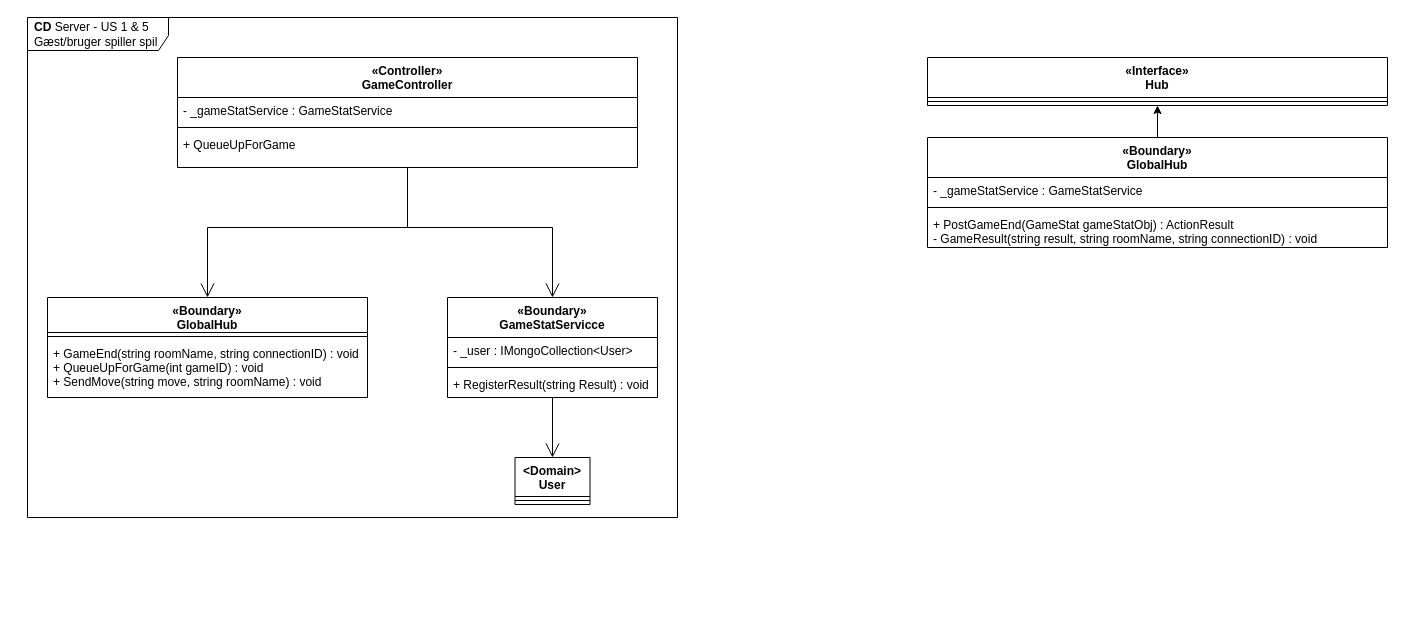
Before: page "CD-Server" (4 of 4) of diagrams/arkitektur/US1&5_spil.drawio in Macradon/I7BAC-PlugNPlay, a draw.io diagram. Source tidied: cells renumbered, new cells numbered last; positions are measured from the earlier drawing's top-left corner, leaving out a move shared by most shapes. Both pictures are drawn from the tidied source at 100%, with x=0, y=0 at pixel (27, 17).
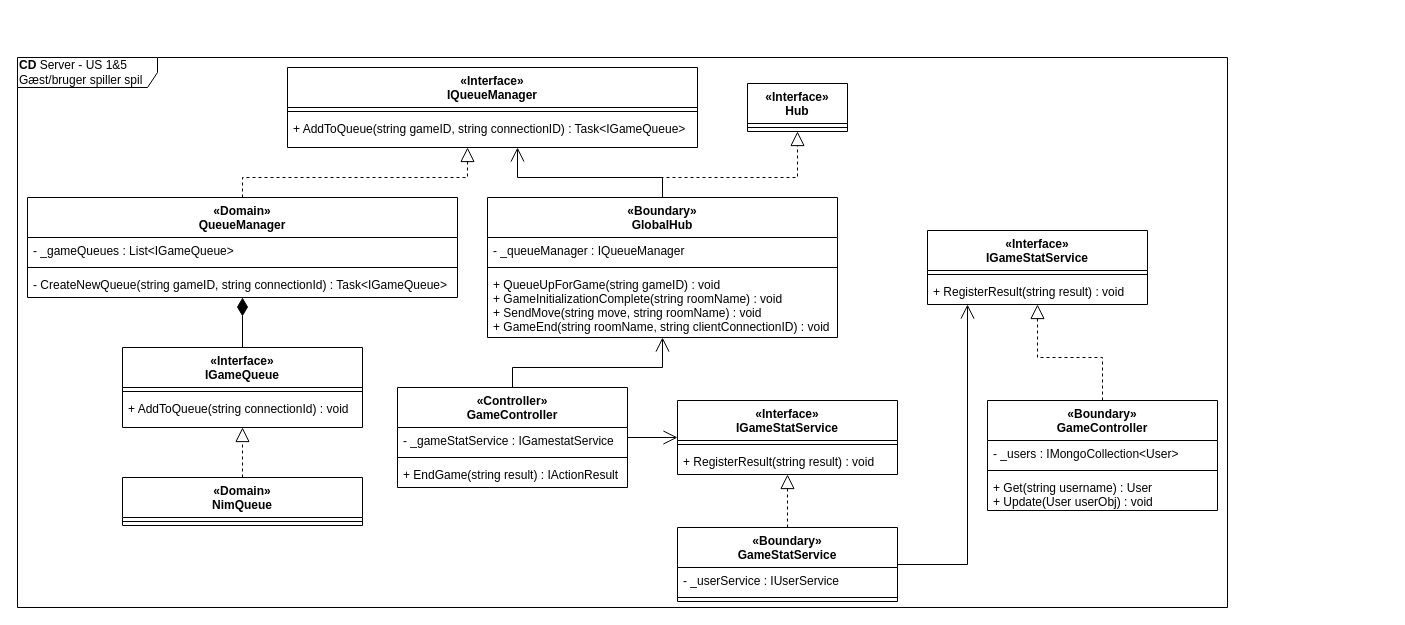
The same page after the edit.

What changed in the source:
```diff
@@
-    <mxCell id="2" value="&lt;b&gt;CD&lt;/b&gt;&amp;nbsp;Server - US 1 &amp;amp; 5&lt;br&gt;Gæst/bruger spiller spil" style="shape=umlFrame;whiteSpace=wrap;html=1;width=141;height=33;boundedLbl=1;verticalAlign=middle;align=left;spacingLeft=5;" parent="1" vertex="1">
-      <mxGeometry width="650" height="500" as="geometry" />
-    </mxCell>
-    <mxCell id="3" value="«Boundary»&#10;GlobalHub" style="swimlane;fontStyle=1;align=center;verticalAlign=top;horizontal=1;startSize=35;" parent="1" vertex="1">
-      <mxGeometry x="20" y="280" width="320" height="100" as="geometry" />
-    </mxCell>
-    <mxCell id="4" style="line;strokeWidth=1;fillColor=none;align=left;verticalAlign=middle;spacingTop=-1;spacingLeft=3;spacingRight=3;labelPosition=right;" parent="3" vertex="1">
-      <mxGeometry y="35" width="320" height="8" as="geometry" />
-    </mxCell>
-    <mxCell id="5" value="+ GameEnd(string roomName, string connectionID) : void&#10;+ QueueUpForGame(int gameID) : void&#10;+ SendMove(string move, string roomName) : void" style="text;strokeColor=none;fillColor=none;align=left;verticalAlign=top;spacingLeft=4;spacingRight=4;overflow=hidden;" parent="3" vertex="1">
-      <mxGeometry y="43" width="320" height="57" as="geometry" />
-    </mxCell>
-    <mxCell id="6" style="edgeStyle=orthogonalEdgeStyle;rounded=0;jettySize=auto;html=1;endArrow=open;endFill=0;endSize=12;" parent="1" edge="1" source="8" target="3">
-      <mxGeometry relative="1" as="geometry" />
-    </mxCell>
-    <mxCell id="7" style="edgeStyle=orthogonalEdgeStyle;rounded=0;jettySize=auto;html=1;endArrow=open;endFill=0;endSize=12;" parent="1" edge="1" source="8" target="13">
-      <mxGeometry relative="1" as="geometry" />
-    </mxCell>
-    <mxCell id="8" value="«Controller»&#10;GameController" style="swimlane;fontStyle=1;align=center;verticalAlign=top;horizontal=1;startSize=40;" parent="1" vertex="1">
-      <mxGeometry x="150" y="40" width="460" height="110" as="geometry" />
-    </mxCell>
-    <mxCell id="9" value="- _gameStatService : GameStatService" style="text;strokeColor=none;fillColor=none;align=left;verticalAlign=top;spacingLeft=4;spacingRight=4;overflow=hidden;" parent="8" vertex="1">
-      <mxGeometry y="40" width="460" height="26" as="geometry" />
-    </mxCell>
-    <mxCell id="10" style="line;strokeWidth=1;fillColor=none;align=left;verticalAlign=middle;spacingTop=-1;spacingLeft=3;spacingRight=3;labelPosition=right;" parent="8" vertex="1">
-      <mxGeometry y="66" width="460" height="8" as="geometry" />
-    </mxCell>
-    <mxCell id="11" value="+ QueueUpForGame" style="text;strokeColor=none;fillColor=none;align=left;verticalAlign=top;spacingLeft=4;spacingRight=4;overflow=hidden;" parent="8" vertex="1">
-      <mxGeometry y="74" width="460" height="36" as="geometry" />
-    </mxCell>
-    <mxCell id="12" style="edgeStyle=orthogonalEdgeStyle;rounded=0;jettySize=auto;html=1;endArrow=open;endFill=0;endSize=12;" parent="1" edge="1" source="13" target="17">
-      <mxGeometry relative="1" as="geometry" />
-    </mxCell>
-    <mxCell id="13" value="«Boundary»&#10;GameStatServicce" style="swimlane;fontStyle=1;align=center;verticalAlign=top;horizontal=1;startSize=40;" parent="1" vertex="1">
-      <mxGeometry x="420" y="280" width="210" height="100" as="geometry" />
-    </mxCell>
-    <mxCell id="14" value="- _user : IMongoCollection&lt;User&gt;" style="text;strokeColor=none;fillColor=none;align=left;verticalAlign=top;spacingLeft=4;spacingRight=4;overflow=hidden;" parent="13" vertex="1">
-      <mxGeometry y="40" width="210" height="26" as="geometry" />
-    </mxCell>
-    <mxCell id="15" style="line;strokeWidth=1;fillColor=none;align=left;verticalAlign=middle;spacingTop=-1;spacingLeft=3;spacingRight=3;labelPosition=right;" parent="13" vertex="1">
-      <mxGeometry y="66" width="210" height="8" as="geometry" />
-    </mxCell>
-    <mxCell id="16" value="+ RegisterResult(string Result) : void" style="text;strokeColor=none;fillColor=none;align=left;verticalAlign=top;spacingLeft=4;spacingRight=4;overflow=hidden;" parent="13" vertex="1">
-      <mxGeometry y="74" width="210" height="26" as="geometry" />
-    </mxCell>
-    <mxCell id="17" value="&lt;Domain&gt;&#10;User" style="swimlane;fontStyle=1;align=center;verticalAlign=top;horizontal=1;startSize=39;" parent="1" vertex="1">
-      <mxGeometry x="487.5" y="440" width="75" height="47" as="geometry" />
-    </mxCell>
-    <mxCell id="18" style="line;strokeWidth=1;fillColor=none;align=left;verticalAlign=middle;spacingTop=-1;spacingLeft=3;spacingRight=3;labelPosition=right;" parent="17" vertex="1">
-      <mxGeometry y="39" width="75" height="8" as="geometry" />
-    </mxCell>
     <mxCell id="19" value="«Interface»&#10;Hub" style="swimlane;fontStyle=1;align=center;verticalAlign=top;horizontal=1;startSize=40;" parent="1" vertex="1">
-      <mxGeometry x="900" y="40" width="460" height="48" as="geometry" />
+      <mxGeometry x="720" y="66" width="100" height="48" as="geometry" />
     </mxCell>
     <mxCell id="20" style="line;strokeWidth=1;fillColor=none;align=left;verticalAlign=middle;spacingTop=-1;spacingLeft=3;spacingRight=3;labelPosition=right;" parent="19" vertex="1">
-      <mxGeometry y="40" width="460" height="8" as="geometry" />
+      <mxGeometry y="40" width="100" height="8" as="geometry" />
     </mxCell>
-    <mxCell id="21" style="edgeStyle=orthogonalEdgeStyle;rounded=0;jettySize=auto;html=1;" parent="1" edge="1" source="22" target="19">
-      <mxGeometry relative="1" as="geometry" />
+    <mxCell id="21" style="edgeStyle=orthogonalEdgeStyle;rounded=0;jettySize=auto;html=1;endArrow=block;endFill=0;endSize=12;dashed=1;" parent="1" edge="1" source="22" target="19">
+      <mxGeometry relative="1" as="geometry">
+        <Array as="points">
+          <mxPoint x="635" y="160" />
+          <mxPoint x="770" y="160" />
+        </Array>
+      </mxGeometry>
     </mxCell>
+    <mxCell id="26" style="edgeStyle=orthogonalEdgeStyle;rounded=0;jettySize=auto;html=1;endSize=12;endArrow=open;endFill=0;" parent="1" edge="1" source="22" target="27">
+      <mxGeometry relative="1" as="geometry">
+        <Array as="points">
+          <mxPoint x="635" y="160" />
+          <mxPoint x="490" y="160" />
+        </Array>
+      </mxGeometry>
+    </mxCell>
     <mxCell id="22" value="«Boundary»&#10;GlobalHub" style="swimlane;fontStyle=1;align=center;verticalAlign=top;horizontal=1;startSize=40;" parent="1" vertex="1">
-      <mxGeometry x="900" y="120" width="460" height="110" as="geometry" />
+      <mxGeometry x="460" y="180" width="350" height="140" as="geometry" />
     </mxCell>
-    <mxCell id="23" value="- _gameStatService : GameStatService" style="text;strokeColor=none;fillColor=none;align=left;verticalAlign=top;spacingLeft=4;spacingRight=4;overflow=hidden;" parent="22" vertex="1">
-      <mxGeometry y="40" width="460" height="26" as="geometry" />
+    <mxCell id="23" value="- _queueManager : IQueueManager" style="text;strokeColor=none;fillColor=none;align=left;verticalAlign=top;spacingLeft=4;spacingRight=4;overflow=hidden;" parent="22" vertex="1">
+      <mxGeometry y="40" width="350" height="26" as="geometry" />
     </mxCell>
     <mxCell id="24" style="line;strokeWidth=1;fillColor=none;align=left;verticalAlign=middle;spacingTop=-1;spacingLeft=3;spacingRight=3;labelPosition=right;" parent="22" vertex="1">
-      <mxGeometry y="66" width="460" height="8" as="geometry" />
+      <mxGeometry y="66" width="350" height="8" as="geometry" />
     </mxCell>
-    <mxCell id="25" value="+ PostGameEnd(GameStat gameStatObj) : ActionResult&#10;- GameResult(string result, string roomName, string connectionID) : void" style="text;strokeColor=none;fillColor=none;align=left;verticalAlign=top;spacingLeft=4;spacingRight=4;overflow=hidden;" parent="22" vertex="1">
-      <mxGeometry y="74" width="460" height="36" as="geometry" />
+    <mxCell id="25" value="+ QueueUpForGame(string gameID) : void&#10;+ GameInitializationComplete(string roomName) : void&#10;+ SendMove(string move, string roomName) : void&#10;+ GameEnd(string roomName, string clientConnectionID) : void" style="text;strokeColor=none;fillColor=none;align=left;verticalAlign=top;spacingLeft=4;spacingRight=4;overflow=hidden;" parent="22" vertex="1">
+      <mxGeometry y="74" width="350" height="66" as="geometry" />
     </mxCell>
+    <mxCell id="27" value="«Interface»&#10;IQueueManager" style="swimlane;fontStyle=1;align=center;verticalAlign=top;horizontal=1;startSize=40;" parent="1" vertex="1">
+      <mxGeometry x="260" y="50" width="410" height="80" as="geometry" />
+    </mxCell>
+    <mxCell id="28" style="line;strokeWidth=1;fillColor=none;align=left;verticalAlign=middle;spacingTop=-1;spacingLeft=3;spacingRight=3;labelPosition=right;" parent="27" vertex="1">
+      <mxGeometry y="40" width="410" height="8" as="geometry" />
+    </mxCell>
+    <mxCell id="29" value="+ AddToQueue(string gameID, string connectionID) : Task&lt;IGameQueue&gt;" style="text;strokeColor=none;fillColor=none;align=left;verticalAlign=top;spacingLeft=4;spacingRight=4;overflow=hidden;" parent="27" vertex="1">
+      <mxGeometry y="48" width="410" height="32" as="geometry" />
+    </mxCell>
+    <mxCell id="30" style="edgeStyle=orthogonalEdgeStyle;rounded=0;jettySize=auto;html=1;dashed=1;endArrow=block;endFill=0;endSize=12;strokeColor=#000000;exitX=0.5;exitY=0;exitDx=0;exitDy=0;" parent="1" edge="1" source="31" target="27">
+      <mxGeometry relative="1" as="geometry">
+        <Array as="points">
+          <mxPoint x="215" y="160" />
+          <mxPoint x="440" y="160" />
+        </Array>
+      </mxGeometry>
+    </mxCell>
+    <mxCell id="31" value="«Domain»&#10;QueueManager" style="swimlane;fontStyle=1;align=center;verticalAlign=top;horizontal=1;startSize=40;" parent="1" vertex="1">
+      <mxGeometry y="180" width="430" height="100" as="geometry" />
+    </mxCell>
+    <mxCell id="32" value="- _gameQueues : List&lt;IGameQueue&gt;" style="text;strokeColor=none;fillColor=none;align=left;verticalAlign=top;spacingLeft=4;spacingRight=4;overflow=hidden;" parent="31" vertex="1">
+      <mxGeometry y="40" width="430" height="26" as="geometry" />
+    </mxCell>
+    <mxCell id="33" style="line;strokeWidth=1;fillColor=none;align=left;verticalAlign=middle;spacingTop=-1;spacingLeft=3;spacingRight=3;labelPosition=right;" parent="31" vertex="1">
+      <mxGeometry y="66" width="430" height="8" as="geometry" />
+    </mxCell>
+    <mxCell id="34" value="- CreateNewQueue(string gameID, string connectionId) : Task&lt;IGameQueue&gt;" style="text;strokeColor=none;fillColor=none;align=left;verticalAlign=top;spacingLeft=4;spacingRight=4;overflow=hidden;" parent="31" vertex="1">
+      <mxGeometry y="74" width="430" height="26" as="geometry" />
+    </mxCell>
+    <mxCell id="35" style="edgeStyle=orthogonalEdgeStyle;rounded=0;jettySize=auto;html=1;endArrow=diamondThin;endFill=1;endSize=16;strokeColor=#000000;" parent="1" edge="1" source="36" target="31">
+      <mxGeometry relative="1" as="geometry" />
+    </mxCell>
+    <mxCell id="36" value="«Interface»&#10;IGameQueue" style="swimlane;fontStyle=1;align=center;verticalAlign=top;horizontal=1;startSize=40;" parent="1" vertex="1">
+      <mxGeometry x="95" y="330" width="240" height="80" as="geometry" />
+    </mxCell>
+    <mxCell id="37" style="line;strokeWidth=1;fillColor=none;align=left;verticalAlign=middle;spacingTop=-1;spacingLeft=3;spacingRight=3;labelPosition=right;" parent="36" vertex="1">
+      <mxGeometry y="40" width="240" height="8" as="geometry" />
+    </mxCell>
+    <mxCell id="38" value="+ AddToQueue(string connectionId) : void" style="text;strokeColor=none;fillColor=none;align=left;verticalAlign=top;spacingLeft=4;spacingRight=4;overflow=hidden;" parent="36" vertex="1">
+      <mxGeometry y="48" width="240" height="32" as="geometry" />
+    </mxCell>
+    <mxCell id="39" style="edgeStyle=orthogonalEdgeStyle;rounded=0;jettySize=auto;html=1;endArrow=block;endFill=0;endSize=12;strokeColor=#000000;dashed=1;" parent="1" edge="1" source="40" target="36">
+      <mxGeometry relative="1" as="geometry" />
+    </mxCell>
+    <mxCell id="40" value="«Domain»&#10;NimQueue" style="swimlane;fontStyle=1;align=center;verticalAlign=top;horizontal=1;startSize=40;" parent="1" vertex="1">
+      <mxGeometry x="95" y="460" width="240" height="48" as="geometry" />
+    </mxCell>
+    <mxCell id="41" style="line;strokeWidth=1;fillColor=none;align=left;verticalAlign=middle;spacingTop=-1;spacingLeft=3;spacingRight=3;labelPosition=right;" parent="40" vertex="1">
+      <mxGeometry y="40" width="240" height="8" as="geometry" />
+    </mxCell>
+    <mxCell id="42" style="edgeStyle=orthogonalEdgeStyle;rounded=0;jettySize=auto;html=1;endArrow=open;endFill=0;endSize=12;strokeColor=#000000;" parent="1" edge="1" source="8" target="22">
+      <mxGeometry relative="1" as="geometry" />
+    </mxCell>
+    <mxCell id="43" style="edgeStyle=orthogonalEdgeStyle;rounded=0;jettySize=auto;html=1;endArrow=open;endFill=0;endSize=12;strokeColor=#000000;" parent="1" edge="1" source="8" target="47">
+      <mxGeometry relative="1" as="geometry" />
+    </mxCell>
+    <mxCell id="8" value="«Controller»&#10;GameController" style="swimlane;fontStyle=1;align=center;verticalAlign=top;horizontal=1;startSize=40;" parent="1" vertex="1">
+      <mxGeometry x="370" y="370" width="230" height="100" as="geometry" />
+    </mxCell>
+    <mxCell id="44" value="- _gameStatService : IGamestatService" style="text;strokeColor=none;fillColor=none;align=left;verticalAlign=top;spacingLeft=4;spacingRight=4;overflow=hidden;" parent="8" vertex="1">
+      <mxGeometry y="40" width="230" height="26" as="geometry" />
+    </mxCell>
+    <mxCell id="45" style="line;strokeWidth=1;fillColor=none;align=left;verticalAlign=middle;spacingTop=-1;spacingLeft=3;spacingRight=3;labelPosition=right;" parent="8" vertex="1">
+      <mxGeometry y="66" width="230" height="8" as="geometry" />
+    </mxCell>
+    <mxCell id="46" value="+ EndGame(string result) : IActionResult" style="text;strokeColor=none;fillColor=none;align=left;verticalAlign=top;spacingLeft=4;spacingRight=4;overflow=hidden;" parent="8" vertex="1">
+      <mxGeometry y="74" width="230" height="26" as="geometry" />
+    </mxCell>
+    <mxCell id="47" value="«Interface»&#10;IGameStatService" style="swimlane;fontStyle=1;align=center;verticalAlign=top;horizontal=1;startSize=40;" parent="1" vertex="1">
+      <mxGeometry x="650" y="383" width="220" height="74" as="geometry" />
+    </mxCell>
+    <mxCell id="48" style="line;strokeWidth=1;fillColor=none;align=left;verticalAlign=middle;spacingTop=-1;spacingLeft=3;spacingRight=3;labelPosition=right;" parent="47" vertex="1">
+      <mxGeometry y="40" width="220" height="8" as="geometry" />
+    </mxCell>
+    <mxCell id="49" value="+ RegisterResult(string result) : void" style="text;strokeColor=none;fillColor=none;align=left;verticalAlign=top;spacingLeft=4;spacingRight=4;overflow=hidden;" parent="47" vertex="1">
+      <mxGeometry y="48" width="220" height="26" as="geometry" />
+    </mxCell>
+    <mxCell id="50" style="edgeStyle=orthogonalEdgeStyle;rounded=0;jettySize=auto;html=1;endArrow=block;endFill=0;endSize=12;strokeColor=#000000;align=center;dashed=1;" parent="1" edge="1" source="52" target="47">
+      <mxGeometry relative="1" as="geometry" />
+    </mxCell>
+    <mxCell id="51" style="edgeStyle=orthogonalEdgeStyle;rounded=0;jettySize=auto;html=1;endArrow=open;endFill=0;endSize=12;strokeColor=#000000;align=center;" parent="1" edge="1" source="52" target="55">
+      <mxGeometry relative="1" as="geometry">
+        <Array as="points">
+          <mxPoint x="940" y="547" />
+        </Array>
+      </mxGeometry>
+    </mxCell>
+    <mxCell id="52" value="«Boundary»&#10;GameStatService" style="swimlane;fontStyle=1;align=center;verticalAlign=top;horizontal=1;startSize=40;" parent="1" vertex="1">
+      <mxGeometry x="650" y="510" width="220" height="74" as="geometry" />
+    </mxCell>
+    <mxCell id="53" value="- _userService : IUserService" style="text;strokeColor=none;fillColor=none;align=left;verticalAlign=top;spacingLeft=4;spacingRight=4;overflow=hidden;" parent="52" vertex="1">
+      <mxGeometry y="40" width="220" height="26" as="geometry" />
+    </mxCell>
+    <mxCell id="54" style="line;strokeWidth=1;fillColor=none;align=left;verticalAlign=middle;spacingTop=-1;spacingLeft=3;spacingRight=3;labelPosition=right;" parent="52" vertex="1">
+      <mxGeometry y="66" width="220" height="8" as="geometry" />
+    </mxCell>
+    <mxCell id="55" value="«Interface»&#10;IGameStatService" style="swimlane;fontStyle=1;align=center;verticalAlign=top;horizontal=1;startSize=40;" parent="1" vertex="1">
+      <mxGeometry x="900" y="213" width="220" height="74" as="geometry" />
+    </mxCell>
+    <mxCell id="56" style="line;strokeWidth=1;fillColor=none;align=left;verticalAlign=middle;spacingTop=-1;spacingLeft=3;spacingRight=3;labelPosition=right;" parent="55" vertex="1">
+      <mxGeometry y="40" width="220" height="8" as="geometry" />
+    </mxCell>
+    <mxCell id="57" value="+ RegisterResult(string result) : void" style="text;strokeColor=none;fillColor=none;align=left;verticalAlign=top;spacingLeft=4;spacingRight=4;overflow=hidden;" parent="55" vertex="1">
+      <mxGeometry y="48" width="220" height="26" as="geometry" />
+    </mxCell>
+    <mxCell id="58" style="edgeStyle=orthogonalEdgeStyle;rounded=0;jettySize=auto;html=1;dashed=1;endArrow=block;endFill=0;endSize=12;strokeColor=#000000;align=center;" parent="1" edge="1" source="59" target="55">
+      <mxGeometry relative="1" as="geometry" />
+    </mxCell>
+    <mxCell id="59" value="«Boundary»&#10;GameController" style="swimlane;fontStyle=1;align=center;verticalAlign=top;horizontal=1;startSize=40;" parent="1" vertex="1">
+      <mxGeometry x="960" y="383" width="230" height="110" as="geometry" />
+    </mxCell>
+    <mxCell id="60" value="- _users : IMongoCollection&lt;User&gt;" style="text;strokeColor=none;fillColor=none;align=left;verticalAlign=top;spacingLeft=4;spacingRight=4;overflow=hidden;" parent="59" vertex="1">
+      <mxGeometry y="40" width="230" height="26" as="geometry" />
+    </mxCell>
+    <mxCell id="61" style="line;strokeWidth=1;fillColor=none;align=left;verticalAlign=middle;spacingTop=-1;spacingLeft=3;spacingRight=3;labelPosition=right;" parent="59" vertex="1">
+      <mxGeometry y="66" width="230" height="8" as="geometry" />
+    </mxCell>
+    <mxCell id="62" value="+ Get(string username) : User&#10;+ Update(User userObj) : void" style="text;strokeColor=none;fillColor=none;align=left;verticalAlign=top;spacingLeft=4;spacingRight=4;overflow=hidden;" parent="59" vertex="1">
+      <mxGeometry y="74" width="230" height="36" as="geometry" />
+    </mxCell>
+    <mxCell id="63" value="&lt;b style=&quot;&quot;&gt;CD&lt;/b&gt;&lt;span style=&quot;&quot;&gt;&amp;nbsp;Server - US 1&amp;amp;5&lt;/span&gt;&lt;br style=&quot;&quot;&gt;&lt;span style=&quot;&quot;&gt;Gæst/bruger spiller spil&lt;/span&gt;" style="shape=umlFrame;whiteSpace=wrap;html=1;width=140;height=30;align=left;" parent="1" vertex="1">
+      <mxGeometry x="-10" y="40" width="1210" height="550" as="geometry" />
+    </mxCell>
```
